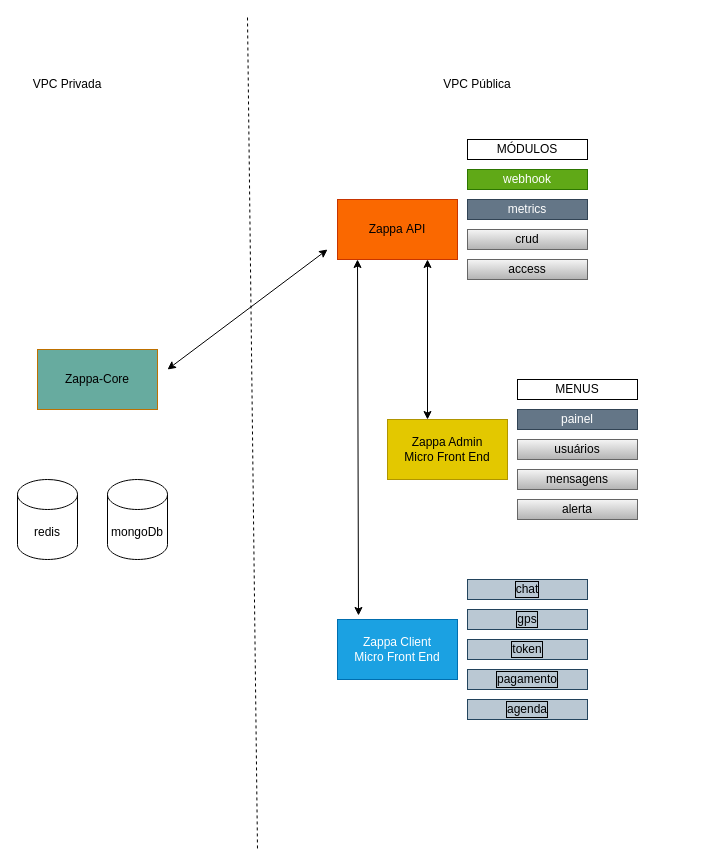
Above: zappa-geral.drawio in LeoKvra/zappa-docs (draw.io), before the change. Source tidied: cells renumbered, new cells numbered last; positions are measured from the earlier drawing's top-left corner, leaving out a move shared by most shapes. Both pictures are drawn from the tidied source at 100%, with x=0, y=0 at pixel (17, 17).
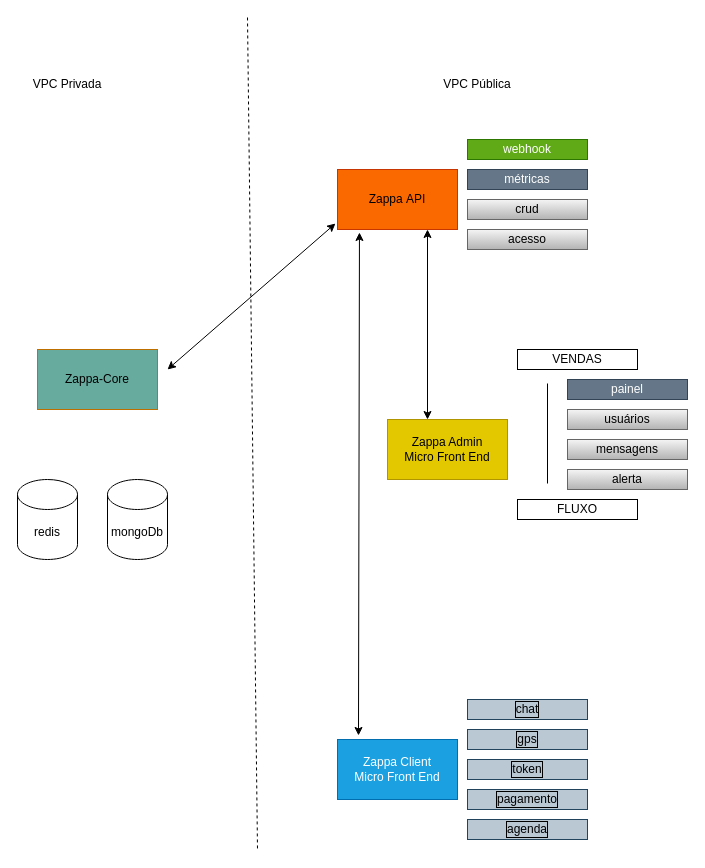
Above is the later version.

The edit, as a diff of the source:
```diff
@@
     <mxCell id="3" value="Zappa&amp;nbsp;&lt;span style=&quot;background-color: initial;&quot;&gt;API&lt;/span&gt;" style="rounded=0;whiteSpace=wrap;html=1;fillColor=#fa6800;fontColor=#000000;strokeColor=#C73500;" parent="1" vertex="1">
-      <mxGeometry x="320" y="182" width="120" height="60" as="geometry" />
+      <mxGeometry x="320" y="152" width="120" height="60" as="geometry" />
     </mxCell>
@@
-    <mxCell id="5" value="access" style="rounded=0;whiteSpace=wrap;html=1;fillColor=#f5f5f5;strokeColor=#666666;gradientColor=#b3b3b3;fontColor=#000000;" parent="1" vertex="1">
-      <mxGeometry x="450" y="242" width="120" height="20" as="geometry" />
+    <mxCell id="5" value="acesso" style="rounded=0;whiteSpace=wrap;html=1;fillColor=#f5f5f5;strokeColor=#666666;gradientColor=#b3b3b3;fontColor=#000000;" parent="1" vertex="1">
+      <mxGeometry x="450" y="212" width="120" height="20" as="geometry" />
     </mxCell>
     <mxCell id="6" value="Zappa Client&lt;br&gt;Micro&amp;nbsp;Front End" style="rounded=0;whiteSpace=wrap;html=1;fillColor=#1ba1e2;fontColor=#ffffff;strokeColor=#006EAF;" parent="1" vertex="1">
-      <mxGeometry x="320" y="602" width="120" height="60" as="geometry" />
+      <mxGeometry x="320" y="722" width="120" height="60" as="geometry" />
     </mxCell>
     <mxCell id="7" value="webhook" style="rounded=0;whiteSpace=wrap;html=1;fillColor=#60a917;fontColor=#ffffff;strokeColor=#2D7600;" parent="1" vertex="1">
-      <mxGeometry x="450" y="152" width="120" height="20" as="geometry" />
+      <mxGeometry x="450" y="122" width="120" height="20" as="geometry" />
     </mxCell>
     <mxCell id="8" value="crud" style="rounded=0;whiteSpace=wrap;html=1;fillColor=#f5f5f5;strokeColor=#666666;gradientColor=#b3b3b3;fontColor=#000000;" parent="1" vertex="1">
-      <mxGeometry x="450" y="212" width="120" height="20" as="geometry" />
+      <mxGeometry x="450" y="182" width="120" height="20" as="geometry" />
     </mxCell>
-    <mxCell id="9" value="metrics" style="rounded=0;whiteSpace=wrap;html=1;fillColor=#647687;strokeColor=#314354;fontColor=#ffffff;" parent="1" vertex="1">
-      <mxGeometry x="450" y="182" width="120" height="20" as="geometry" />
+    <mxCell id="9" value="métricas" style="rounded=0;whiteSpace=wrap;html=1;fillColor=#647687;strokeColor=#314354;fontColor=#ffffff;" parent="1" vertex="1">
+      <mxGeometry x="450" y="152" width="120" height="20" as="geometry" />
     </mxCell>
     <mxCell id="10" value="chat" style="rounded=0;whiteSpace=wrap;html=1;fillColor=#bac8d3;strokeColor=#23445d;labelBorderColor=default;fontColor=#000000;" parent="1" vertex="1">
-      <mxGeometry x="450" y="562" width="120" height="20" as="geometry" />
+      <mxGeometry x="450" y="682" width="120" height="20" as="geometry" />
     </mxCell>
     <mxCell id="11" value="gps" style="rounded=0;whiteSpace=wrap;html=1;fillColor=#bac8d3;strokeColor=#23445d;labelBorderColor=default;fontColor=#000000;" parent="1" vertex="1">
-      <mxGeometry x="450" y="592" width="120" height="20" as="geometry" />
+      <mxGeometry x="450" y="712" width="120" height="20" as="geometry" />
     </mxCell>
     <mxCell id="12" value="token" style="rounded=0;whiteSpace=wrap;html=1;fillColor=#bac8d3;strokeColor=#23445d;labelBorderColor=default;fontColor=#000000;" parent="1" vertex="1">
-      <mxGeometry x="450" y="622" width="120" height="20" as="geometry" />
+      <mxGeometry x="450" y="742" width="120" height="20" as="geometry" />
     </mxCell>
@@
     <mxCell id="14" value="pagamento" style="rounded=0;whiteSpace=wrap;html=1;fillColor=#bac8d3;strokeColor=#23445d;labelBorderColor=default;fontColor=#000000;" parent="1" vertex="1">
-      <mxGeometry x="450" y="652" width="120" height="20" as="geometry" />
+      <mxGeometry x="450" y="772" width="120" height="20" as="geometry" />
     </mxCell>
     <mxCell id="15" value="agenda" style="rounded=0;whiteSpace=wrap;html=1;fillColor=#bac8d3;strokeColor=#23445d;labelBorderColor=default;fontColor=#000000;" parent="1" vertex="1">
-      <mxGeometry x="450" y="682" width="120" height="20" as="geometry" />
+      <mxGeometry x="450" y="802" width="120" height="20" as="geometry" />
     </mxCell>
-    <mxCell id="16" style="endArrow=classic;startArrow=classic;html=1;rounded=0;" parent="1" edge="1">
+    <mxCell id="16" style="endArrow=classic;startArrow=classic;html=1;rounded=0;entryX=-0.017;entryY=0.9;entryDx=0;entryDy=0;entryPerimeter=0;" parent="1" edge="1" target="3">
       <mxGeometry relative="1" as="geometry">
         <mxPoint x="150" y="352" as="sourcePoint" />
-        <mxPoint x="310" y="232" as="targetPoint" />
       </mxGeometry>
     </mxCell>
-    <mxCell id="17" style="endArrow=classic;startArrow=classic;html=1;rounded=0;exitX=0.175;exitY=-0.067;exitDx=0;exitDy=0;exitPerimeter=0;" parent="1" edge="1" source="6">
-      <mxGeometry relative="1" as="geometry">
-        <mxPoint x="340" y="242" as="targetPoint" />
-      </mxGeometry>
+    <mxCell id="17" style="endArrow=classic;startArrow=classic;html=1;rounded=0;exitX=0.175;exitY=-0.067;exitDx=0;exitDy=0;exitPerimeter=0;entryX=0.183;entryY=1.05;entryDx=0;entryDy=0;entryPerimeter=0;" parent="1" edge="1" source="6" target="3">
+      <mxGeometry relative="1" as="geometry" />
     </mxCell>
-    <mxCell id="18" value="MÓDULOS" style="rounded=0;whiteSpace=wrap;html=1;" parent="1" vertex="1">
-      <mxGeometry x="450" y="122" width="120" height="20" as="geometry" />
-    </mxCell>
@@
     <mxCell id="20" value="alerta" style="rounded=0;whiteSpace=wrap;html=1;fillColor=#f5f5f5;strokeColor=#666666;gradientColor=#b3b3b3;fontColor=#000000;" parent="1" vertex="1">
-      <mxGeometry x="500" y="482" width="120" height="20" as="geometry" />
+      <mxGeometry x="550" y="452" width="120" height="20" as="geometry" />
     </mxCell>
     <mxCell id="21" value="painel" style="rounded=0;whiteSpace=wrap;html=1;fillColor=#647687;fontColor=#ffffff;strokeColor=#314354;" parent="1" vertex="1">
-      <mxGeometry x="500" y="392" width="120" height="20" as="geometry" />
+      <mxGeometry x="550" y="362" width="120" height="20" as="geometry" />
     </mxCell>
     <mxCell id="22" value="mensagens" style="rounded=0;whiteSpace=wrap;html=1;fillColor=#f5f5f5;strokeColor=#666666;gradientColor=#b3b3b3;fontColor=#000000;" parent="1" vertex="1">
-      <mxGeometry x="500" y="452" width="120" height="20" as="geometry" />
+      <mxGeometry x="550" y="422" width="120" height="20" as="geometry" />
     </mxCell>
     <mxCell id="23" value="usuários" style="rounded=0;whiteSpace=wrap;html=1;fillColor=#f5f5f5;strokeColor=#666666;gradientColor=#b3b3b3;fontColor=#000000;" parent="1" vertex="1">
-      <mxGeometry x="500" y="422" width="120" height="20" as="geometry" />
+      <mxGeometry x="550" y="392" width="120" height="20" as="geometry" />
     </mxCell>
-    <mxCell id="24" value="MENUS" style="rounded=0;whiteSpace=wrap;html=1;" parent="1" vertex="1">
-      <mxGeometry x="500" y="362" width="120" height="20" as="geometry" />
-    </mxCell>
-    <mxCell id="25" style="endArrow=classic;startArrow=classic;html=1;rounded=0;" parent="1" edge="1">
+    <mxCell id="25" style="endArrow=classic;startArrow=classic;html=1;rounded=0;entryX=0.75;entryY=1;entryDx=0;entryDy=0;" parent="1" edge="1" target="3">
       <mxGeometry relative="1" as="geometry">
         <mxPoint x="410" y="402" as="sourcePoint" />
-        <mxPoint x="410" y="242" as="targetPoint" />
       </mxGeometry>
     </mxCell>
@@
+    <mxCell id="29" value="VENDAS" style="rounded=0;whiteSpace=wrap;html=1;" parent="1" vertex="1">
+      <mxGeometry x="500" y="332" width="120" height="20" as="geometry" />
+    </mxCell>
+    <mxCell id="30" value="FLUXO" style="rounded=0;whiteSpace=wrap;html=1;" parent="1" vertex="1">
+      <mxGeometry x="500" y="482" width="120" height="20" as="geometry" />
+    </mxCell>
+    <mxCell id="31" style="endArrow=none;html=1;rounded=0;" parent="1" edge="1">
+      <mxGeometry relative="1" as="geometry">
+        <mxPoint x="530" y="466" as="sourcePoint" />
+        <mxPoint x="530" y="366" as="targetPoint" />
+      </mxGeometry>
+    </mxCell>
```
